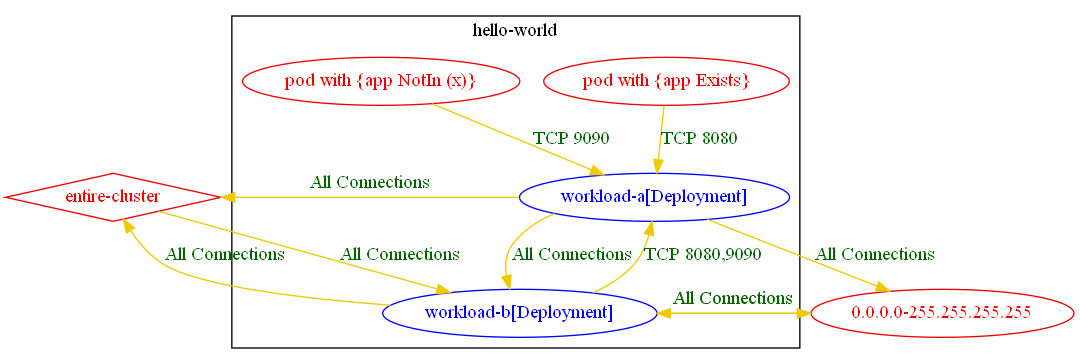
Earlier version of the Graphviz export test_outputs/connlist/exposure_test_exposure_with_different_rules_1_connlist_output.dot.png (np-guard/netpol-analyzer). Its source is kept beside it as test_outputs/connlist/exposure_test_exposure_with_different_rules_1_connlist_output.dot. Source of this version:
```dot
digraph {
	subgraph "cluster_hello_world" {
		color="black"
		fontcolor="black"
		"hello-world/workload-a[Deployment]" [label="workload-a[Deployment]" color="blue" fontcolor="blue"]
		"hello-world/workload-b[Deployment]" [label="workload-b[Deployment]" color="blue" fontcolor="blue"]
		"pod with {app Exists}_in_hello-world" [label="pod with {app Exists}" color="red2" fontcolor="red2"]
		"pod with {app NotIn (x)}_in_hello-world" [label="pod with {app NotIn (x)}" color="red2" fontcolor="red2"]
		label="hello-world"
	}
	"0.0.0.0-255.255.255.255" [label="0.0.0.0-255.255.255.255" color="red2" fontcolor="red2"]
	"entire-cluster" [label="entire-cluster" color="red2" fontcolor="red2" shape=diamond]
	"0.0.0.0-255.255.255.255" -> "hello-world/workload-b[Deployment]" [label="All Connections" color="gold2" fontcolor="darkgreen"]
	"entire-cluster" -> "hello-world/workload-b[Deployment]" [label="All Connections" color="gold2" fontcolor="darkgreen" weight=1]
	"hello-world/workload-a[Deployment]" -> "0.0.0.0-255.255.255.255" [label="All Connections" color="gold2" fontcolor="darkgreen"]
	"hello-world/workload-a[Deployment]" -> "entire-cluster" [label="All Connections" color="gold2" fontcolor="darkgreen" weight=0.5]
	"hello-world/workload-a[Deployment]" -> "hello-world/workload-b[Deployment]" [label="All Connections" color="gold2" fontcolor="darkgreen"]
	"hello-world/workload-b[Deployment]" -> "0.0.0.0-255.255.255.255" [label="All Connections" color="gold2" fontcolor="darkgreen"]
	"hello-world/workload-b[Deployment]" -> "entire-cluster" [label="All Connections" color="gold2" fontcolor="darkgreen" weight=0.5]
	"hello-world/workload-b[Deployment]" -> "hello-world/workload-a[Deployment]" [label="TCP 8080,9090" color="gold2" fontcolor="darkgreen"]
	"pod with {app Exists}_in_hello-world" -> "hello-world/workload-a[Deployment]" [label="TCP 8080" color="gold2" fontcolor="darkgreen" weight=1]
	"pod with {app NotIn (x)}_in_hello-world" -> "hello-world/workload-a[Deployment]" [label="TCP 9090" color="gold2" fontcolor="darkgreen" weight=1]
}
```
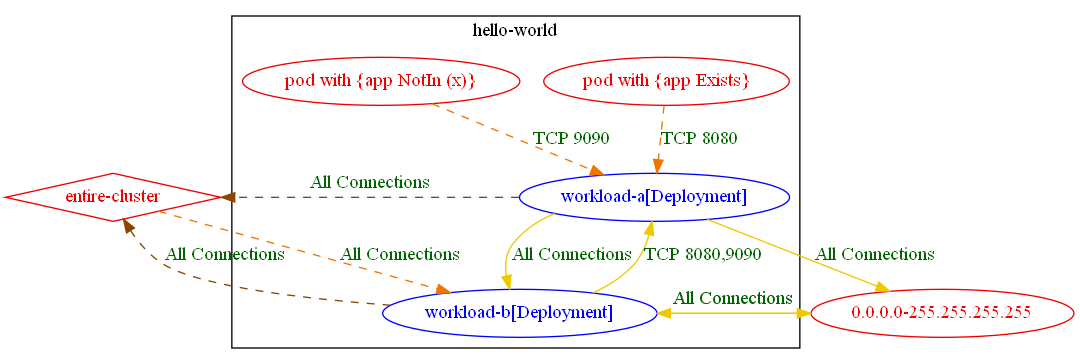
Above is the later version.

Change to the diagram source:
```diff
@@ -11,13 +11,13 @@
 	"0.0.0.0-255.255.255.255" [label="0.0.0.0-255.255.255.255" color="red2" fontcolor="red2"]
 	"entire-cluster" [label="entire-cluster" color="red2" fontcolor="red2" shape=diamond]
 	"0.0.0.0-255.255.255.255" -> "hello-world/workload-b[Deployment]" [label="All Connections" color="gold2" fontcolor="darkgreen"]
-	"entire-cluster" -> "hello-world/workload-b[Deployment]" [label="All Connections" color="gold2" fontcolor="darkgreen" weight=1]
+	"entire-cluster" -> "hello-world/workload-b[Deployment]" [label="All Connections" color="darkorange2" fontcolor="darkgreen" weight=1 style=dashed]
 	"hello-world/workload-a[Deployment]" -> "0.0.0.0-255.255.255.255" [label="All Connections" color="gold2" fontcolor="darkgreen"]
-	"hello-world/workload-a[Deployment]" -> "entire-cluster" [label="All Connections" color="gold2" fontcolor="darkgreen" weight=0.5]
+	"hello-world/workload-a[Deployment]" -> "entire-cluster" [label="All Connections" color="darkorange4" fontcolor="darkgreen" weight=0.5 style=dashed]
 	"hello-world/workload-a[Deployment]" -> "hello-world/workload-b[Deployment]" [label="All Connections" color="gold2" fontcolor="darkgreen"]
 	"hello-world/workload-b[Deployment]" -> "0.0.0.0-255.255.255.255" [label="All Connections" color="gold2" fontcolor="darkgreen"]
-	"hello-world/workload-b[Deployment]" -> "entire-cluster" [label="All Connections" color="gold2" fontcolor="darkgreen" weight=0.5]
+	"hello-world/workload-b[Deployment]" -> "entire-cluster" [label="All Connections" color="darkorange4" fontcolor="darkgreen" weight=0.5 style=dashed]
 	"hello-world/workload-b[Deployment]" -> "hello-world/workload-a[Deployment]" [label="TCP 8080,9090" color="gold2" fontcolor="darkgreen"]
-	"pod with {app Exists}_in_hello-world" -> "hello-world/workload-a[Deployment]" [label="TCP 8080" color="gold2" fontcolor="darkgreen" weight=1]
-	"pod with {app NotIn (x)}_in_hello-world" -> "hello-world/workload-a[Deployment]" [label="TCP 9090" color="gold2" fontcolor="darkgreen" weight=1]
+	"pod with {app Exists}_in_hello-world" -> "hello-world/workload-a[Deployment]" [label="TCP 8080" color="darkorange2" fontcolor="darkgreen" weight=1 style=dashed]
+	"pod with {app NotIn (x)}_in_hello-world" -> "hello-world/workload-a[Deployment]" [label="TCP 9090" color="darkorange2" fontcolor="darkgreen" weight=1 style=dashed]
 }
```
